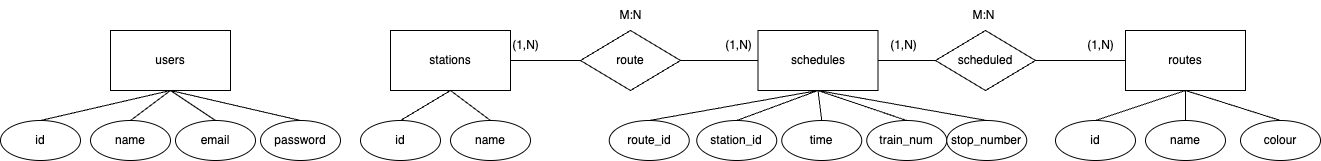
This is api/diagramaER.png from AagieKLZ/ProjecteM7, a draw.io export, as it was before one commit. Source tidied: cells renumbered, new cells last; positions are measured from the earlier drawing's top-left corner, leaving out a move shared by most shapes.
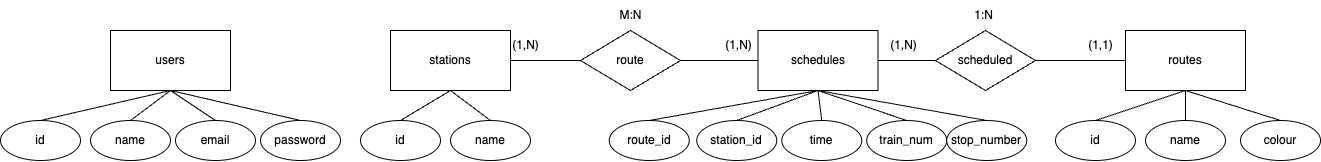
The same file after the commit.

What changed in the source:
```diff
@@ -95,11 +95,11 @@
     <mxCell id="32" value="(1,N)" style="text;html=1;align=center;verticalAlign=middle;strokeColor=none;fillColor=none;" parent="1" vertex="1">
       <mxGeometry x="877.5" y="30" width="50" height="30" as="geometry" />
     </mxCell>
-    <mxCell id="33" value="(1,N)" style="text;html=1;align=center;verticalAlign=middle;strokeColor=none;fillColor=none;" parent="1" vertex="1">
+    <mxCell id="33" value="(1,1)" style="text;html=1;align=center;verticalAlign=middle;strokeColor=none;fillColor=none;" parent="1" vertex="1">
       <mxGeometry x="1075" y="30" width="50" height="30" as="geometry" />
     </mxCell>
-    <mxCell id="34" value="M:N" style="text;html=1;align=center;verticalAlign=middle;strokeColor=none;fillColor=none;" parent="1" vertex="1">
-      <mxGeometry x="957.5" width="50" height="30" as="geometry" />
+    <mxCell id="34" value="1:N" style="text;html=1;align=center;verticalAlign=middle;strokeColor=none;fillColor=none;" parent="1" vertex="1">
+      <mxGeometry x="962.5" width="40" height="30" as="geometry" />
     </mxCell>
     <mxCell id="35" value="users" style="rounded=0;whiteSpace=wrap;html=1;" parent="1" vertex="1">
       <mxGeometry x="110" y="30" width="120" height="60" as="geometry" />
```
